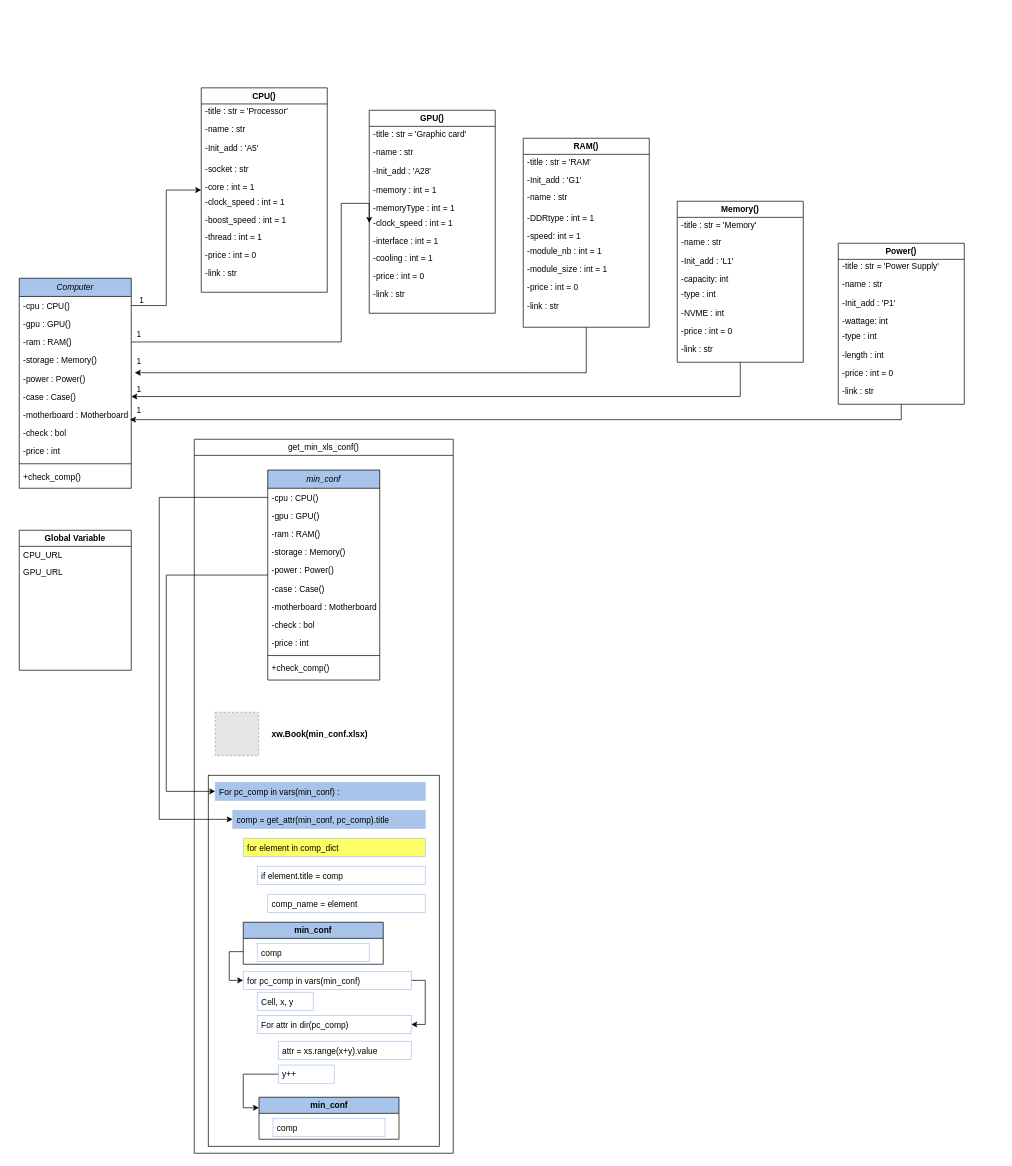
Before: Files/Classes.drawio in Bill-khk/PCBuilder, a draw.io diagram. Source tidied: cells renumbered, new cells numbered last; positions are measured from the earlier drawing's top-left corner, leaving out a move shared by most shapes. Both pictures are drawn from the tidied source at 70%, with x=0, y=0 at pixel (19, 88). Pictures stored in the file or linked from it are replaced by grey dashed boxes.
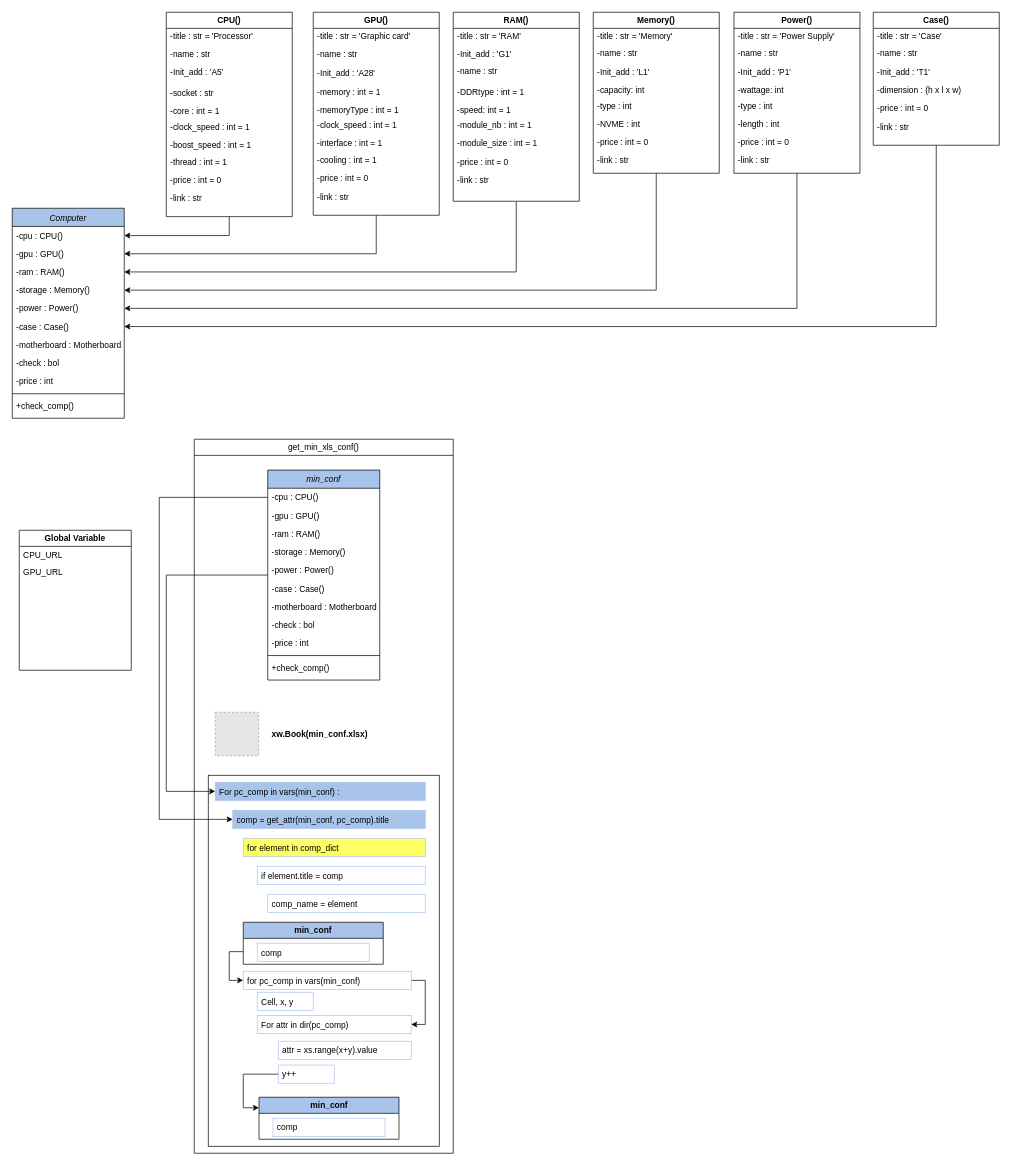
After the change.

Commit message:
Update Classes.drawio - Add Case subclass

The change refers to these unchanged cells:
```xml
<mxCell id="3" value="-cpu : CPU()" style="text;align=left;verticalAlign=top;spacingLeft=4;spacingRight=4;overflow=hidden;points=[[0,0.5],[1,0.5]];portConstraint=eastwest;" parent="2" vertex="1">
  <mxGeometry y="26" width="160" height="26" as="geometry" />
</mxCell>
<mxCell id="4" value="-gpu : GPU()" style="text;align=left;verticalAlign=top;spacingLeft=4;spacingRight=4;overflow=hidden;points=[[0,0.5],[1,0.5]];portConstraint=eastwest;rounded=0;shadow=0;html=0;" parent="2" vertex="1">
  <mxGeometry y="52" width="160" height="26" as="geometry" />
</mxCell>
<mxCell id="5" value="-ram : RAM()" style="text;align=left;verticalAlign=top;spacingLeft=4;spacingRight=4;overflow=hidden;points=[[0,0.5],[1,0.5]];portConstraint=eastwest;rounded=0;shadow=0;html=0;" parent="2" vertex="1">
  <mxGeometry y="78" width="160" height="26" as="geometry" />
</mxCell>
<mxCell id="6" value="-storage : Memory()" style="text;align=left;verticalAlign=top;spacingLeft=4;spacingRight=4;overflow=hidden;points=[[0,0.5],[1,0.5]];portConstraint=eastwest;rounded=0;shadow=0;html=0;" parent="2" vertex="1">
  <mxGeometry y="104" width="160" height="26" as="geometry" />
</mxCell>
<mxCell id="7" value="-power : Power()" style="text;align=left;verticalAlign=top;spacingLeft=4;spacingRight=4;overflow=hidden;points=[[0,0.5],[1,0.5]];portConstraint=eastwest;rounded=0;shadow=0;html=0;" parent="2" vertex="1">
  <mxGeometry y="130" width="160" height="26" as="geometry" />
</mxCell>
<mxCell id="8" value="-case : Case()" style="text;align=left;verticalAlign=top;spacingLeft=4;spacingRight=4;overflow=hidden;points=[[0,0.5],[1,0.5]];portConstraint=eastwest;rounded=0;shadow=0;html=0;" parent="2" vertex="1">
  <mxGeometry y="156" width="160" height="26" as="geometry" />
</mxCell>
<mxCell id="9" value="-motherboard : Motherboard()" style="text;align=left;verticalAlign=top;spacingLeft=4;spacingRight=4;overflow=hidden;points=[[0,0.5],[1,0.5]];portConstraint=eastwest;rounded=0;shadow=0;html=0;" parent="2" vertex="1">
  <mxGeometry y="182" width="160" height="26" as="geometry" />
</mxCell>
<mxCell id="32" value="-clock_speed : int = 1" style="text;align=left;verticalAlign=top;spacingLeft=4;spacingRight=4;overflow=hidden;points=[[0,0.5],[1,0.5]];portConstraint=eastwest;" parent="27" vertex="1">
  <mxGeometry y="148" width="160" height="26" as="geometry" />
</mxCell>
```

Diff of the diagram source:
```diff
@@
     <mxCell id="2" value="Computer" style="swimlane;fontStyle=2;align=center;verticalAlign=top;horizontal=1;startSize=26;rounded=0;shadow=0;strokeWidth=1;fillColor=#A9C4EB;" parent="1" vertex="1">
-      <mxGeometry y="272" width="160" height="300" as="geometry" />
+      <mxGeometry x="-10" y="172" width="160" height="300" as="geometry" />
     </mxCell>
@@
+    <mxCell id="112" style="edgeStyle=orthogonalEdgeStyle;rounded=0;jettySize=auto;html=1;entryX=1;entryY=0.5;entryDx=0;entryDy=0;" parent="1" edge="1" source="14" target="3">
+      <mxGeometry relative="1" as="geometry" />
+    </mxCell>
     <mxCell id="14" value="CPU()" style="swimlane;whiteSpace=wrap;html=1;" parent="1" vertex="1">
-      <mxGeometry x="260" width="180" height="292" as="geometry" />
+      <mxGeometry x="210" y="-108" width="180" height="292" as="geometry" />
     </mxCell>
@@
-    <mxCell id="25" style="edgeStyle=orthogonalEdgeStyle;rounded=0;jettySize=auto;html=1;exitX=1;exitY=0.5;exitDx=0;exitDy=0;entryX=0;entryY=0.5;entryDx=0;entryDy=0;" parent="1" edge="1" source="3" target="14">
-      <mxGeometry relative="1" as="geometry" />
-    </mxCell>
-    <mxCell id="26" value="1" style="align=left;verticalAlign=bottom;labelBackgroundColor=none;fontSize=12;" parent="1" vertex="1">
-      <mxGeometry x="170" y="312" as="geometry" />
-    </mxCell>
+    <mxCell id="113" style="edgeStyle=orthogonalEdgeStyle;rounded=0;jettySize=auto;html=1;entryX=1;entryY=0.5;entryDx=0;entryDy=0;" parent="1" edge="1" source="27" target="4">
+      <mxGeometry relative="1" as="geometry" />
+    </mxCell>
     <mxCell id="27" value="GPU()" style="swimlane;whiteSpace=wrap;html=1;" parent="1" vertex="1">
-      <mxGeometry x="500" y="32" width="180" height="290" as="geometry" />
+      <mxGeometry x="420" y="-108" width="180" height="290" as="geometry" />
     </mxCell>
@@
-    <mxCell id="38" style="edgeStyle=orthogonalEdgeStyle;rounded=0;jettySize=auto;html=1;exitX=1;exitY=0.5;exitDx=0;exitDy=0;entryX=0;entryY=0.5;entryDx=0;entryDy=0;" parent="1" edge="1" source="5" target="32">
-      <mxGeometry relative="1" as="geometry">
-        <Array as="points">
-          <mxPoint x="460" y="363" />
-          <mxPoint x="460" y="165" />
-        </Array>
-      </mxGeometry>
-    </mxCell>
-    <mxCell id="39" value="1" style="align=left;verticalAlign=bottom;labelBackgroundColor=none;fontSize=12;" parent="1" vertex="1">
-      <mxGeometry x="182" y="324" as="geometry">
-        <mxPoint x="-16" y="37" as="offset" />
-      </mxGeometry>
-    </mxCell>
@@
     <mxCell id="78" value="RAM()" style="swimlane;whiteSpace=wrap;html=1;" parent="1" vertex="1">
-      <mxGeometry x="720" y="72" width="180" height="270" as="geometry" />
+      <mxGeometry x="620" y="-108" width="180" height="270" as="geometry" />
     </mxCell>
@@
-    <mxCell id="88" style="edgeStyle=orthogonalEdgeStyle;rounded=0;jettySize=auto;html=1;entryX=1.031;entryY=1.192;entryDx=0;entryDy=0;entryPerimeter=0;" parent="1" edge="1" source="78" target="6">
+    <mxCell id="88" style="edgeStyle=orthogonalEdgeStyle;rounded=0;jettySize=auto;html=1;entryX=1;entryY=0.5;entryDx=0;entryDy=0;" parent="1" edge="1" source="78" target="5">
       <mxGeometry relative="1" as="geometry" />
     </mxCell>
-    <mxCell id="89" value="1" style="align=left;verticalAlign=bottom;labelBackgroundColor=none;fontSize=12;" parent="1" vertex="1">
-      <mxGeometry x="182" y="362" as="geometry">
-        <mxPoint x="-16" y="37" as="offset" />
-      </mxGeometry>
-    </mxCell>
-    <mxCell id="90" style="edgeStyle=orthogonalEdgeStyle;rounded=0;jettySize=auto;html=1;" parent="1" edge="1" source="91" target="8">
+    <mxCell id="90" style="edgeStyle=orthogonalEdgeStyle;rounded=0;jettySize=auto;html=1;entryX=1;entryY=0.5;entryDx=0;entryDy=0;" parent="1" edge="1" source="91" target="6">
       <mxGeometry relative="1" as="geometry" />
     </mxCell>
     <mxCell id="91" value="Memory()" style="swimlane;whiteSpace=wrap;html=1;" parent="1" vertex="1">
-      <mxGeometry x="940" y="162" width="180" height="230" as="geometry" />
+      <mxGeometry x="820" y="-108" width="180" height="230" as="geometry" />
     </mxCell>
@@
-    <mxCell id="100" value="1" style="align=left;verticalAlign=bottom;labelBackgroundColor=none;fontSize=12;" parent="1" vertex="1">
-      <mxGeometry x="182" y="402" as="geometry">
-        <mxPoint x="-16" y="37" as="offset" />
-      </mxGeometry>
-    </mxCell>
     <mxCell id="101" value="Power()" style="swimlane;whiteSpace=wrap;html=1;" parent="1" vertex="1">
-      <mxGeometry x="1170" y="222" width="180" height="230" as="geometry" />
+      <mxGeometry x="1021" y="-108" width="180" height="230" as="geometry" />
     </mxCell>
@@
-    <mxCell id="110" style="edgeStyle=orthogonalEdgeStyle;rounded=0;jettySize=auto;html=1;exitX=0.5;exitY=1;exitDx=0;exitDy=0;entryX=0.988;entryY=0.769;entryDx=0;entryDy=0;entryPerimeter=0;" parent="1" edge="1" source="101" target="9">
+    <mxCell id="110" style="edgeStyle=orthogonalEdgeStyle;rounded=0;jettySize=auto;html=1;exitX=0.5;exitY=1;exitDx=0;exitDy=0;entryX=1;entryY=0.5;entryDx=0;entryDy=0;" parent="1" edge="1" source="101" target="7">
       <mxGeometry relative="1" as="geometry" />
     </mxCell>
-    <mxCell id="111" value="1" style="align=left;verticalAlign=bottom;labelBackgroundColor=none;fontSize=12;" parent="1" vertex="1">
-      <mxGeometry x="182" y="432" as="geometry">
-        <mxPoint x="-16" y="37" as="offset" />
-      </mxGeometry>
-    </mxCell>
+    <mxCell id="114" style="edgeStyle=orthogonalEdgeStyle;rounded=0;jettySize=auto;html=1;entryX=1;entryY=0.5;entryDx=0;entryDy=0;" parent="1" edge="1" source="115" target="8">
+      <mxGeometry relative="1" as="geometry" />
+    </mxCell>
+    <mxCell id="115" value="Case()" style="swimlane;whiteSpace=wrap;html=1;" parent="1" vertex="1">
+      <mxGeometry x="1220" y="-108" width="180" height="190" as="geometry" />
+    </mxCell>
+    <mxCell id="116" value="-title : str = 'Case'" style="text;align=left;verticalAlign=top;spacingLeft=4;spacingRight=4;overflow=hidden;" parent="115" vertex="1">
+      <mxGeometry y="20" width="160" height="26" as="geometry" />
+    </mxCell>
+    <mxCell id="117" value="-name : str" style="text;align=left;verticalAlign=top;spacingLeft=4;spacingRight=4;overflow=hidden;" parent="115" vertex="1">
+      <mxGeometry y="45" width="160" height="26" as="geometry" />
+    </mxCell>
+    <mxCell id="118" value="-Init_add : 'T1'" style="text;align=left;verticalAlign=top;spacingLeft=4;spacingRight=4;overflow=hidden;" parent="115" vertex="1">
+      <mxGeometry y="72" width="160" height="26" as="geometry" />
+    </mxCell>
+    <mxCell id="119" value="-dimension : (h x l x w)" style="text;align=left;verticalAlign=top;spacingLeft=4;spacingRight=4;overflow=hidden;" parent="115" vertex="1">
+      <mxGeometry y="98" width="160" height="26" as="geometry" />
+    </mxCell>
+    <mxCell id="120" value="-price : int = 0" style="text;align=left;verticalAlign=top;spacingLeft=4;spacingRight=4;overflow=hidden;" parent="115" vertex="1">
+      <mxGeometry y="124" width="160" height="26" as="geometry" />
+    </mxCell>
+    <mxCell id="121" value="-link : str" style="text;align=left;verticalAlign=top;spacingLeft=4;spacingRight=4;overflow=hidden;" parent="115" vertex="1">
+      <mxGeometry y="150" width="160" height="26" as="geometry" />
+    </mxCell>
```
